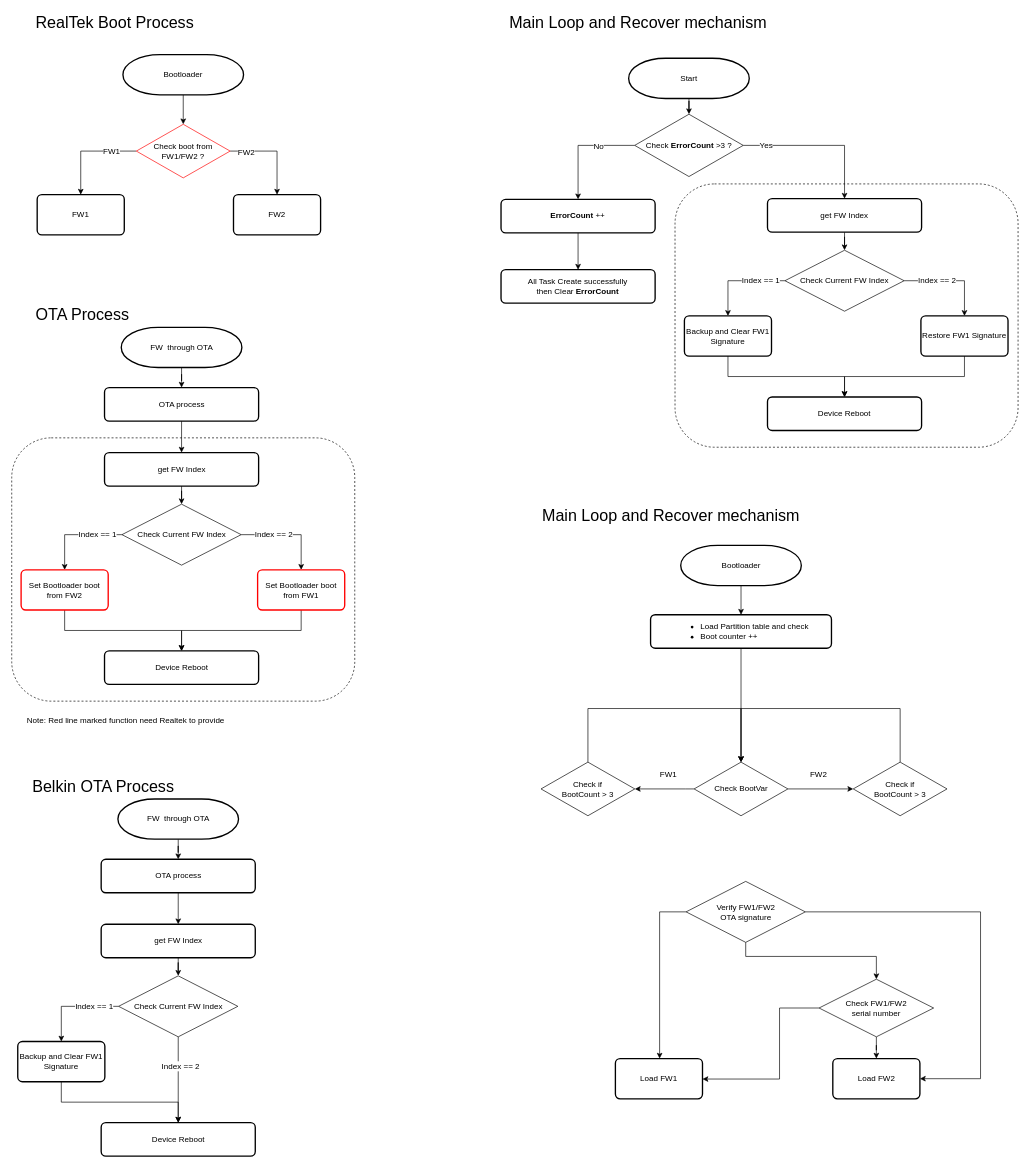
The draw.io diagram AutoRecovery.drawio in starbuckslatte/starbuckslatte.github.io, before the edit. Source tidied: cells renumbered, new cells numbered last; positions are measured from the earlier drawing's top-left corner, leaving out a move shared by most shapes. Both pictures are drawn from the tidied source at 67%, with x=0, y=0 at pixel (11, 11).
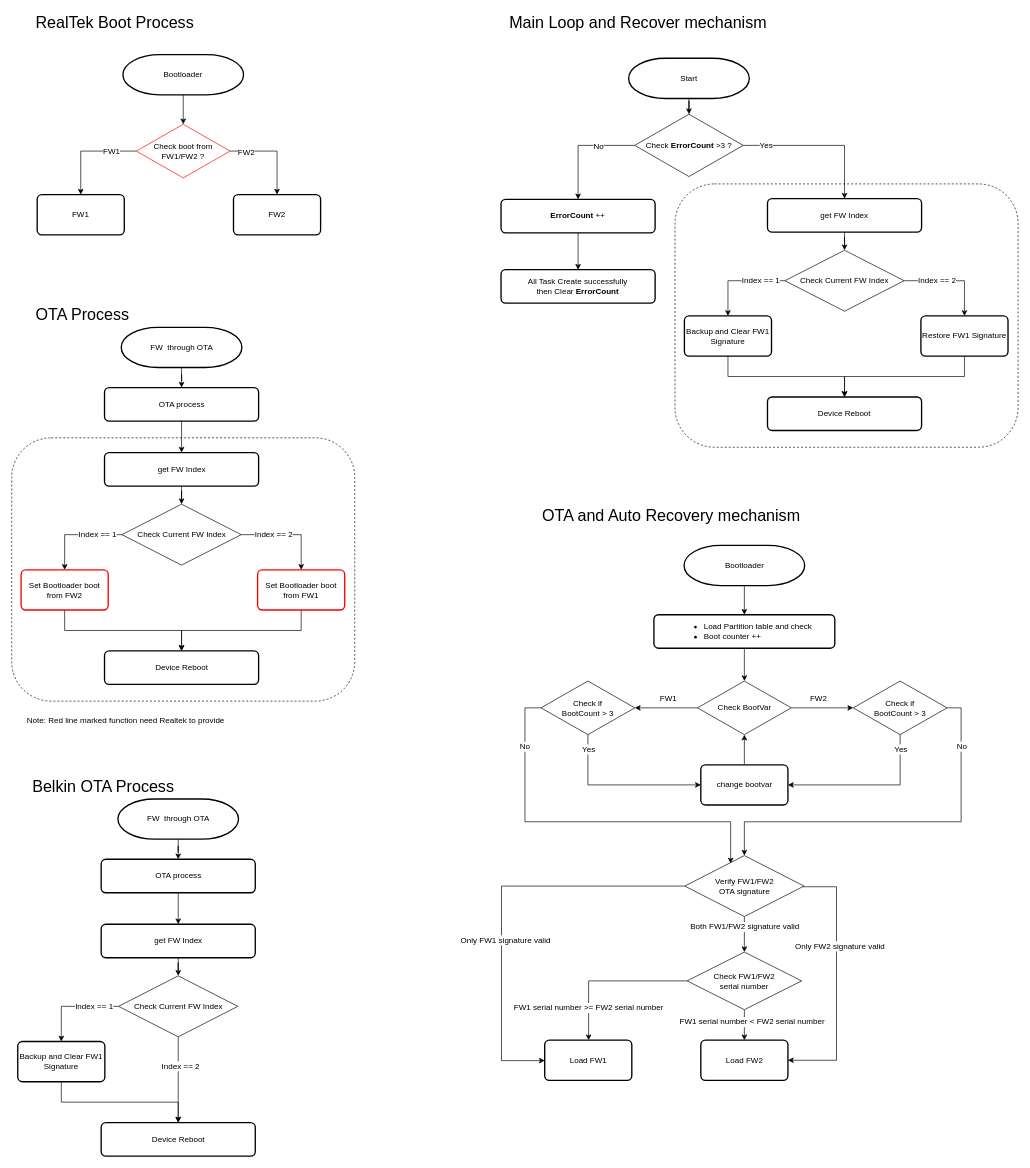
Above is the later version.

What changed in the source:
```diff
@@
     <mxCell id="71" style="edgeStyle=orthogonalEdgeStyle;rounded=0;jettySize=auto;html=1;" parent="1" edge="1" source="73" target="77">
       <mxGeometry relative="1" as="geometry">
         <Array as="points">
-          <mxPoint x="1006" y="1160" />
-          <mxPoint x="1006" y="1160" />
+          <mxPoint x="1006" y="1039" />
+          <mxPoint x="1006" y="1039" />
         </Array>
       </mxGeometry>
     </mxCell>
@@
-    <mxCell id="73" value="Check BootVar" style="rhombus;whiteSpace=wrap;html=1;strokeColor=#000000;" parent="1" vertex="1">
-      <mxGeometry x="1018.5" y="1120" width="140" height="80" as="geometry" />
+    <mxCell id="73" value="Check BootVar" style="rhombus;whiteSpace=wrap;html=1;strokeColor=#000000;flipV=0;" parent="1" vertex="1">
+      <mxGeometry x="1023.5" y="999" width="140" height="80" as="geometry" />
     </mxCell>
@@
-    <mxCell id="75" value="Bootloader" style="strokeWidth=2;html=1;shape=mxgraph.flowchart.terminator;whiteSpace=wrap;" parent="1" vertex="1">
-      <mxGeometry x="998.5" y="796.5" width="180" height="60" as="geometry" />
+    <mxCell id="75" value="Bootloader" style="strokeWidth=2;html=1;shape=mxgraph.flowchart.terminator;whiteSpace=wrap;flipV=0;" parent="1" vertex="1">
+      <mxGeometry x="1003.5" y="796.5" width="180" height="60" as="geometry" />
     </mxCell>
-    <mxCell id="76" style="edgeStyle=orthogonalEdgeStyle;rounded=0;jettySize=auto;html=1;entryX=0.5;entryY=0;entryDx=0;entryDy=0;" parent="1" edge="1" source="77" target="73">
-      <mxGeometry relative="1" as="geometry">
-        <Array as="points">
-          <mxPoint x="860" y="1040" />
-          <mxPoint x="1089" y="1040" />
-        </Array>
-      </mxGeometry>
-    </mxCell>
+    <mxCell id="94" style="edgeStyle=orthogonalEdgeStyle;rounded=0;jettySize=auto;html=1;entryX=0;entryY=0.5;entryDx=0;entryDy=0;" parent="1" edge="1" source="77" target="108">
+      <mxGeometry relative="1" as="geometry">
+        <Array as="points">
+          <mxPoint x="860" y="1154" />
+        </Array>
+      </mxGeometry>
+    </mxCell>
+    <mxCell id="95" value="Yes" style="text;html=1;align=center;verticalAlign=middle;labelBackgroundColor=#ffffff;" parent="94" vertex="1">
+      <mxGeometry x="-0.85" relative="1" as="geometry">
+        <mxPoint y="3" as="offset" />
+      </mxGeometry>
+    </mxCell>
+    <mxCell id="96" style="edgeStyle=orthogonalEdgeStyle;rounded=0;jettySize=auto;html=1;entryX=0.385;entryY=0.13;entryDx=0;entryDy=0;entryPerimeter=0;" parent="1" edge="1" source="77" target="89">
+      <mxGeometry relative="1" as="geometry">
+        <Array as="points">
+          <mxPoint x="766" y="1039" />
+          <mxPoint x="766" y="1209" />
+          <mxPoint x="1073" y="1209" />
+        </Array>
+      </mxGeometry>
+    </mxCell>
+    <mxCell id="97" value="No" style="text;html=1;align=center;verticalAlign=middle;labelBackgroundColor=#ffffff;" parent="96" vertex="1">
+      <mxGeometry x="-0.71" y="-1" relative="1" as="geometry">
+        <mxPoint y="-1" as="offset" />
+      </mxGeometry>
+    </mxCell>
     <mxCell id="77" value="&lt;div&gt;Check if &lt;br&gt;&lt;/div&gt;&lt;div&gt;BootCount &amp;gt; 3&lt;br&gt;&lt;/div&gt;" style="rhombus;whiteSpace=wrap;html=1;strokeColor=#000000;" parent="1" vertex="1">
-      <mxGeometry x="790" y="1120" width="140" height="80" as="geometry" />
+      <mxGeometry x="790" y="999" width="140" height="80" as="geometry" />
     </mxCell>
-    <mxCell id="78" value="&lt;font style=&quot;font-size: 24px&quot;&gt;Main Loop and Recover mechanism&lt;br&gt;&lt;/font&gt;" style="text;html=1;align=left;verticalAlign=top;spacingTop=-4;" parent="1" vertex="1">
+    <mxCell id="78" value="&lt;font style=&quot;font-size: 24px&quot;&gt;OTA and Auto Recovery mechanism&lt;br&gt;&lt;/font&gt;" style="text;html=1;align=left;verticalAlign=top;spacingTop=-4;" parent="1" vertex="1">
       <mxGeometry x="790" y="735" width="400" height="20" as="geometry" />
     </mxCell>
@@
-    <mxCell id="80" value="&lt;ul&gt;&lt;li&gt;Load Partition table and check&lt;/li&gt;&lt;li&gt;&lt;div align=&quot;left&quot;&gt;Boot counter ++&lt;/div&gt;&lt;/li&gt;&lt;/ul&gt;" style="rounded=1;whiteSpace=wrap;html=1;absoluteArcSize=1;arcSize=14;strokeWidth=2;" parent="1" vertex="1">
-      <mxGeometry x="953.5" y="900" width="270" height="50" as="geometry" />
+    <mxCell id="80" value="&lt;ul&gt;&lt;li&gt;Load Partition table and check&lt;/li&gt;&lt;li&gt;&lt;div align=&quot;left&quot;&gt;Boot counter ++&lt;/div&gt;&lt;/li&gt;&lt;/ul&gt;" style="rounded=1;whiteSpace=wrap;html=1;absoluteArcSize=1;arcSize=14;strokeWidth=2;flipV=0;" parent="1" vertex="1">
+      <mxGeometry x="958.5" y="900" width="270" height="50" as="geometry" />
     </mxCell>
-    <mxCell id="81" style="edgeStyle=orthogonalEdgeStyle;rounded=0;jettySize=auto;html=1;entryX=0.5;entryY=0;entryDx=0;entryDy=0;" parent="1" edge="1" source="82" target="73">
-      <mxGeometry relative="1" as="geometry">
-        <Array as="points">
-          <mxPoint x="1326" y="1040" />
-          <mxPoint x="1089" y="1040" />
-        </Array>
-      </mxGeometry>
-    </mxCell>
+    <mxCell id="98" style="edgeStyle=orthogonalEdgeStyle;rounded=0;jettySize=auto;html=1;entryX=1;entryY=0.5;entryDx=0;entryDy=0;" parent="1" edge="1" source="82" target="108">
+      <mxGeometry relative="1" as="geometry">
+        <Array as="points">
+          <mxPoint x="1326" y="1154" />
+        </Array>
+      </mxGeometry>
+    </mxCell>
+    <mxCell id="99" value="Yes" style="text;html=1;align=center;verticalAlign=middle;labelBackgroundColor=#ffffff;" parent="98" vertex="1">
+      <mxGeometry x="-0.77" relative="1" as="geometry">
+        <mxPoint y="-6.5" as="offset" />
+      </mxGeometry>
+    </mxCell>
+    <mxCell id="100" style="edgeStyle=orthogonalEdgeStyle;rounded=0;jettySize=auto;html=1;entryX=0.5;entryY=0;entryDx=0;entryDy=0;" parent="1" edge="1" source="82" target="89">
+      <mxGeometry relative="1" as="geometry">
+        <Array as="points">
+          <mxPoint x="1417" y="1039" />
+          <mxPoint x="1417" y="1209" />
+          <mxPoint x="1094" y="1209" />
+        </Array>
+      </mxGeometry>
+    </mxCell>
+    <mxCell id="101" value="No" style="text;html=1;align=center;verticalAlign=middle;labelBackgroundColor=#ffffff;" parent="100" vertex="1">
+      <mxGeometry x="-0.69" relative="1" as="geometry">
+        <mxPoint y="-9.1" as="offset" />
+      </mxGeometry>
+    </mxCell>
     <mxCell id="82" value="&lt;div&gt;Check if &lt;br&gt;&lt;/div&gt;&lt;div&gt;BootCount &amp;gt; 3&lt;br&gt;&lt;/div&gt;" style="rhombus;whiteSpace=wrap;html=1;strokeColor=#000000;" parent="1" vertex="1">
-      <mxGeometry x="1256" y="1120" width="140" height="80" as="geometry" />
+      <mxGeometry x="1256" y="999" width="140" height="80" as="geometry" />
     </mxCell>
     <mxCell id="83" value="FW1" style="text;html=1;align=center;verticalAlign=middle;labelBackgroundColor=#ffffff;" parent="1" vertex="1">
-      <mxGeometry x="966" y="1140" as="geometry">
+      <mxGeometry x="966" y="1026" as="geometry">
         <mxPoint x="13" y="-1.5" as="offset" />
       </mxGeometry>
     </mxCell>
     <mxCell id="84" value="FW2" style="text;html=1;align=center;verticalAlign=middle;labelBackgroundColor=#ffffff;" parent="1" vertex="1">
-      <mxGeometry x="1190" y="1140" as="geometry">
+      <mxGeometry x="1190" y="1026" as="geometry">
         <mxPoint x="13" y="-1.5" as="offset" />
       </mxGeometry>
     </mxCell>
     <mxCell id="85" value="Load FW1" style="rounded=1;whiteSpace=wrap;html=1;absoluteArcSize=1;arcSize=14;strokeWidth=2;strokeColor=#000000;" parent="1" vertex="1">
-      <mxGeometry x="901" y="1562.5" width="130" height="60" as="geometry" />
+      <mxGeometry x="795.5" y="1535" width="130" height="60" as="geometry" />
     </mxCell>
     <mxCell id="86" style="edgeStyle=orthogonalEdgeStyle;rounded=0;jettySize=auto;html=1;" parent="1" edge="1" source="89" target="85">
       <mxGeometry relative="1" as="geometry">
         <Array as="points">
-          <mxPoint x="967" y="1344" />
+          <mxPoint x="731" y="1305.5" />
+          <mxPoint x="731" y="1565.5" />
         </Array>
       </mxGeometry>
     </mxCell>
+    <mxCell id="102" value="Only FW1 signature valid" style="text;html=1;align=center;verticalAlign=middle;labelBackgroundColor=#ffffff;" parent="86" vertex="1">
+      <mxGeometry x="0.25" y="5" relative="1" as="geometry">
+        <mxPoint y="-20" as="offset" />
+      </mxGeometry>
+    </mxCell>
     <mxCell id="87" style="edgeStyle=orthogonalEdgeStyle;rounded=0;jettySize=auto;html=1;entryX=1;entryY=0.5;entryDx=0;entryDy=0;" parent="1" edge="1" source="89" target="93">
       <mxGeometry relative="1" as="geometry">
         <Array as="points">
-          <mxPoint x="1446" y="1344" />
-          <mxPoint x="1446" y="1593" />
+          <mxPoint x="1231" y="1306" />
+          <mxPoint x="1231" y="1565" />
         </Array>
       </mxGeometry>
     </mxCell>
+    <mxCell id="103" value="Only FW2 signature valid" style="text;html=1;align=center;verticalAlign=middle;labelBackgroundColor=#ffffff;" parent="87" vertex="1">
+      <mxGeometry x="-0.27" y="4" relative="1" as="geometry" />
+    </mxCell>
     <mxCell id="88" style="edgeStyle=orthogonalEdgeStyle;rounded=0;jettySize=auto;html=1;entryX=0.5;entryY=0;entryDx=0;entryDy=0;" parent="1" edge="1" source="89" target="92">
       <mxGeometry relative="1" as="geometry">
         <Array as="points">
-          <mxPoint x="1096" y="1410" />
-          <mxPoint x="1291" y="1410" />
+          <mxPoint x="1094" y="1393.5" />
         </Array>
       </mxGeometry>
     </mxCell>
-    <mxCell id="89" value="&lt;div&gt;Verify FW1/FW2&lt;/div&gt;&lt;div&gt;OTA signature&lt;br&gt;&lt;/div&gt;" style="rhombus;whiteSpace=wrap;html=1;" parent="1" vertex="1">
-      <mxGeometry x="1006.5" y="1298" width="178" height="91" as="geometry" />
+    <mxCell id="89" value="&lt;div&gt;Verify FW1/FW2&lt;/div&gt;&lt;div&gt;OTA signature&lt;br&gt;&lt;/div&gt;" style="rhombus;whiteSpace=wrap;html=1;flipV=0;" parent="1" vertex="1">
+      <mxGeometry x="1004.5" y="1259.5" width="178" height="91" as="geometry" />
     </mxCell>
     <mxCell id="90" style="edgeStyle=orthogonalEdgeStyle;rounded=0;jettySize=auto;html=1;" parent="1" edge="1" source="92" target="93">
-      <mxGeometry relative="1" as="geometry" />
+      <mxGeometry relative="1" as="geometry">
+        <Array as="points">
+          <mxPoint x="1094" y="1505.5" />
+          <mxPoint x="1094" y="1505.5" />
+        </Array>
+      </mxGeometry>
     </mxCell>
     <mxCell id="91" style="edgeStyle=orthogonalEdgeStyle;rounded=0;jettySize=auto;html=1;" parent="1" edge="1" source="92" target="85">
       <mxGeometry relative="1" as="geometry">
         <Array as="points">
-          <mxPoint x="1146" y="1487" />
-          <mxPoint x="1146" y="1593" />
+          <mxPoint x="861" y="1446.5" />
         </Array>
       </mxGeometry>
     </mxCell>
-    <mxCell id="92" value="&lt;div&gt;Check FW1/FW2&lt;/div&gt;&lt;div&gt;serial number&lt;br&gt;&lt;/div&gt;" style="rhombus;whiteSpace=wrap;html=1;strokeColor=#000000;" parent="1" vertex="1">
-      <mxGeometry x="1205" y="1444" width="171" height="86" as="geometry" />
+    <mxCell id="92" value="&lt;div&gt;Check FW1/FW2&lt;/div&gt;&lt;div&gt;serial number&lt;br&gt;&lt;/div&gt;" style="rhombus;whiteSpace=wrap;html=1;strokeColor=#000000;flipV=0;" parent="1" vertex="1">
+      <mxGeometry x="1008" y="1403.5" width="171" height="86" as="geometry" />
     </mxCell>
-    <mxCell id="93" value="Load FW2" style="rounded=1;whiteSpace=wrap;html=1;absoluteArcSize=1;arcSize=14;strokeWidth=2;strokeColor=#000000;" parent="1" vertex="1">
-      <mxGeometry x="1225.5" y="1562.5" width="130" height="60" as="geometry" />
+    <mxCell id="93" value="Load FW2" style="rounded=1;whiteSpace=wrap;html=1;absoluteArcSize=1;arcSize=14;strokeWidth=2;strokeColor=#000000;flipV=0;" parent="1" vertex="1">
+      <mxGeometry x="1028.5" y="1535" width="130" height="60" as="geometry" />
     </mxCell>
+    <mxCell id="104" value="Both FW1/FW2 signature valid" style="text;html=1;align=center;verticalAlign=middle;labelBackgroundColor=#ffffff;" parent="1" vertex="1">
+      <mxGeometry x="1093.5" y="1365.5" as="geometry" />
+    </mxCell>
+    <mxCell id="105" value="FW1 serial number &amp;lt; FW2 serial number" style="text;html=1;align=center;verticalAlign=middle;labelBackgroundColor=#ffffff;" parent="1" vertex="1">
+      <mxGeometry x="1104" y="1507.5" as="geometry" />
+    </mxCell>
+    <mxCell id="106" value="FW1 serial number &amp;gt;= FW2 serial number" style="text;html=1;align=center;verticalAlign=middle;labelBackgroundColor=#ffffff;" parent="1" vertex="1">
+      <mxGeometry x="860.5" y="1486.5" as="geometry" />
+    </mxCell>
+    <mxCell id="107" style="edgeStyle=orthogonalEdgeStyle;rounded=0;jettySize=auto;html=1;" parent="1" edge="1" source="108" target="73">
+      <mxGeometry relative="1" as="geometry" />
+    </mxCell>
+    <mxCell id="108" value="change bootvar" style="rounded=1;whiteSpace=wrap;html=1;absoluteArcSize=1;arcSize=14;strokeWidth=2;strokeColor=#000000;flipV=0;" parent="1" vertex="1">
+      <mxGeometry x="1028.5" y="1124" width="130" height="60" as="geometry" />
+    </mxCell>
```
